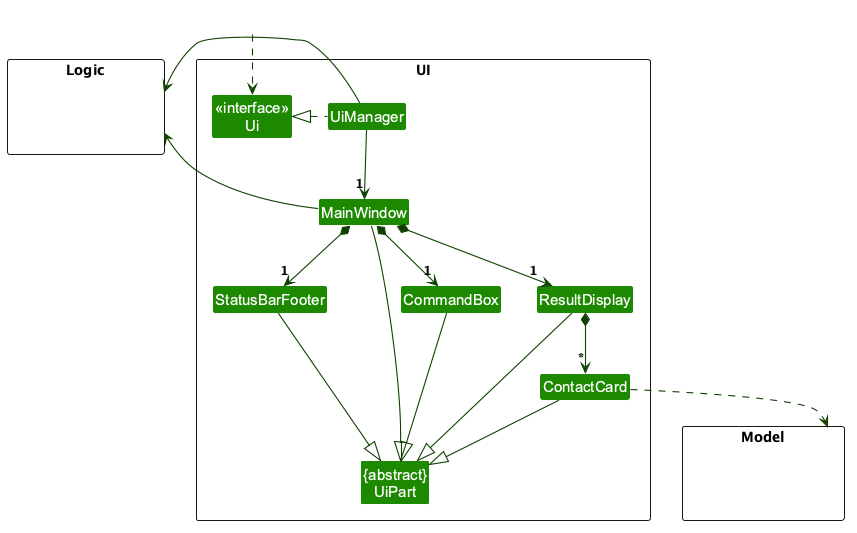
Earlier version of the PlantUML export docs/images/UiClassDiagram.png (AY2627S1-CS2103T-W11-2/tp). The source it was exported from:
```plantuml
@startuml
!include style.puml
skinparam arrowThickness 1.1
skinparam arrowColor UI_COLOR_T4
skinparam classBackgroundColor UI_COLOR

package UI <<Rectangle>>{
Class "<<interface>>\nUi" as Ui
Class "{abstract}\nUiPart" as UiPart
Class UiManager
Class MainWindow
Class ResultDisplay
Class StatusBarFooter
Class CommandBox
Class ContactCard
}

package Logic <<Rectangle>> {
Class HiddenLogic #FFFFFF
}

package Model <<Rectangle>> {
Class HiddenModel #FFFFFF
}

Class HiddenOutside #FFFFFF
HiddenOutside ..> Ui

UiManager .left.|> Ui
UiManager -down-> "1" MainWindow
MainWindow *-down->  "1" CommandBox
MainWindow *-down-> "1" ResultDisplay
MainWindow *-down-> "1" StatusBarFooter
ResultDisplay *-down-> "*" ContactCard


MainWindow -left-|> UiPart

ResultDisplay --|> UiPart
CommandBox --|> UiPart
StatusBarFooter --|> UiPart
ContactCard --|> UiPart
ContactCard ..> Model

UiManager -right-> Logic
MainWindow -left-> Logic

CommandBox -[hidden]left- ResultDisplay
ResultDisplay -[hidden]left- StatusBarFooter

MainWindow -[hidden]-|> UiPart
@enduml
```
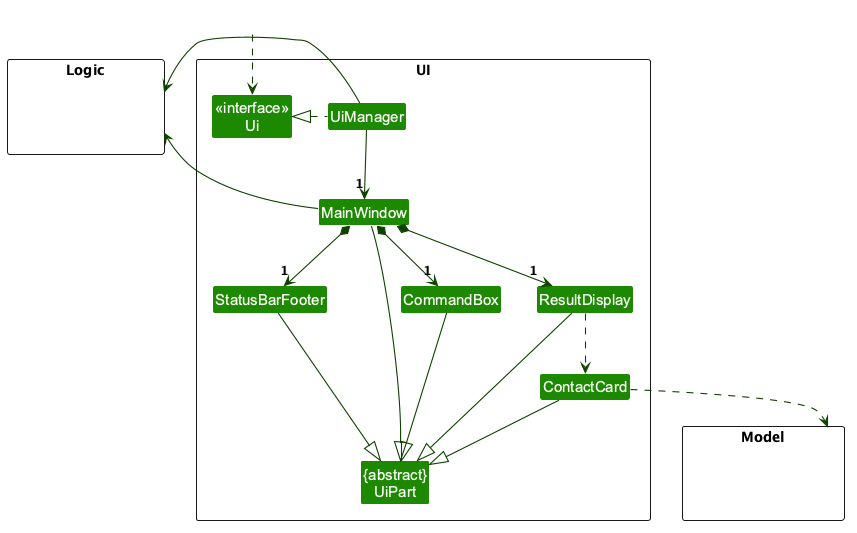
Above is the later version.

The edit, as a diff of the source:
```diff
@@ -31,7 +31,7 @@
 MainWindow *-down->  "1" CommandBox
 MainWindow *-down-> "1" ResultDisplay
 MainWindow *-down-> "1" StatusBarFooter
-ResultDisplay *-down-> "*" ContactCard
+ResultDisplay .down.> ContactCard
 
 
 MainWindow -left-|> UiPart
```
